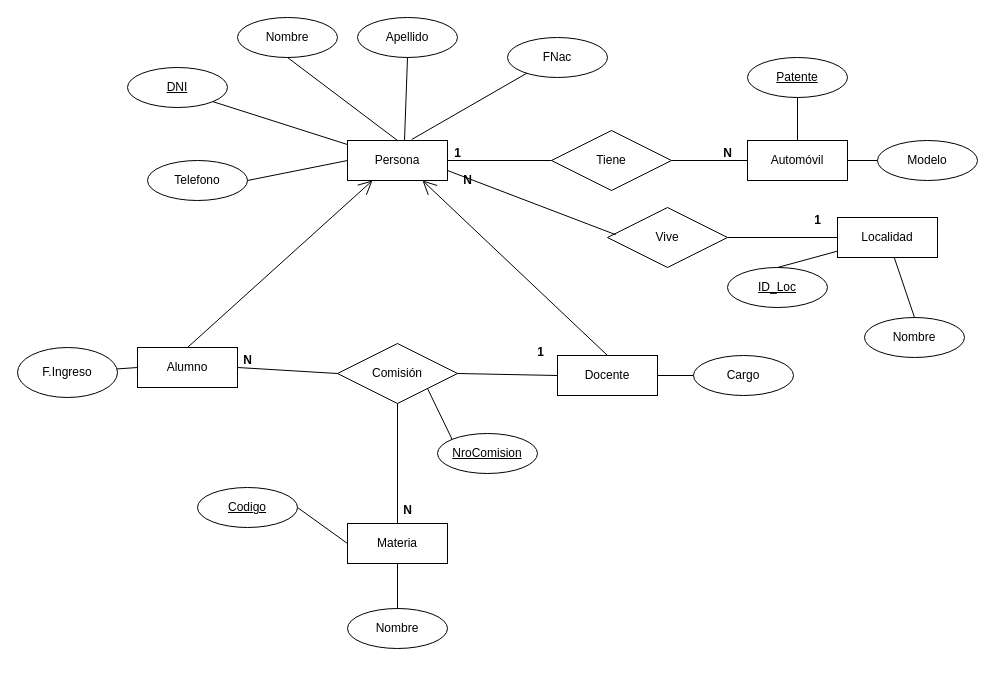
This is modelado/DER.drawio from FedeManzano/Tp_Base_Datos_Aplicada, a draw.io file, before an edit. Source tidied: cells renumbered, new cells numbered last; positions are measured from the earlier drawing's top-left corner, leaving out a move shared by most shapes. Both pictures are drawn from the tidied source at 100%, with x=0, y=0 at pixel (17, 17).
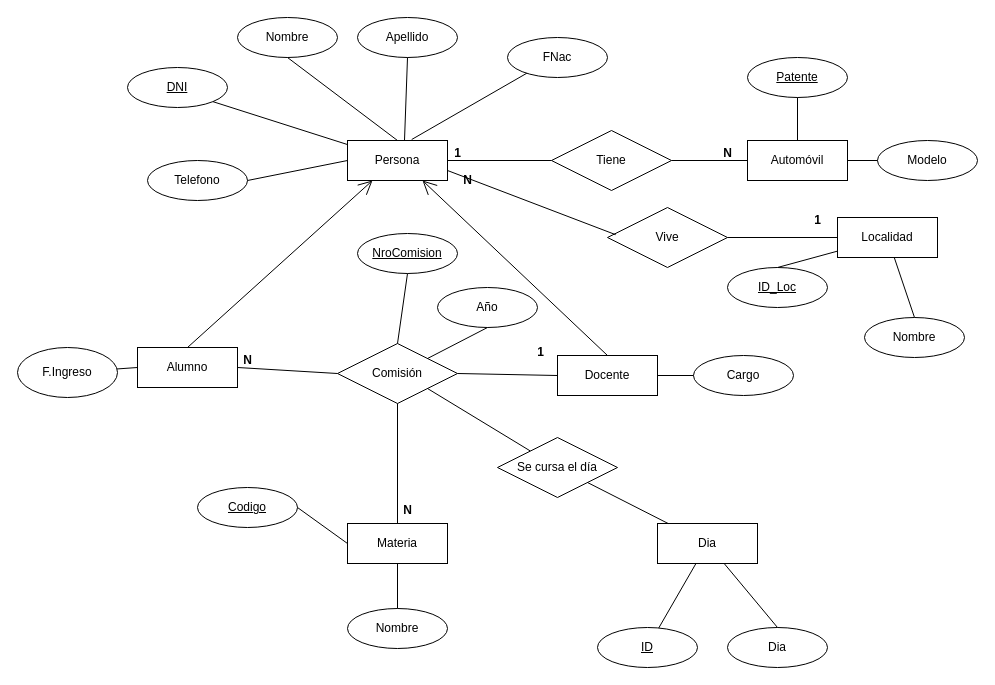
Above is the later version.

The change refers to these unchanged cells:
```xml
<mxCell id="6" value="Comisión" style="shape=rhombus;perimeter=rhombusPerimeter;whiteSpace=wrap;html=1;align=center;" parent="1" vertex="1">
  <mxGeometry x="320" y="326" width="120" height="60" as="geometry" />
</mxCell>
```

The edit, as a diff of the source:
```diff
@@
     <mxCell id="38" value="NroComision" style="ellipse;whiteSpace=wrap;html=1;align=center;fontStyle=4;" parent="1" vertex="1">
-      <mxGeometry x="420" y="416" width="100" height="40" as="geometry" />
+      <mxGeometry x="340" y="216" width="100" height="40" as="geometry" />
     </mxCell>
-    <mxCell id="39" style="endArrow=none;html=1;rounded=0;exitX=1;exitY=1;exitDx=0;exitDy=0;entryX=0;entryY=0;entryDx=0;entryDy=0;" parent="1" edge="1" source="6" target="38">
+    <mxCell id="39" style="endArrow=none;html=1;rounded=0;exitX=0.5;exitY=0;exitDx=0;exitDy=0;entryX=0.5;entryY=1;entryDx=0;entryDy=0;" parent="1" edge="1" source="6" target="38">
       <mxGeometry relative="1" as="geometry" />
     </mxCell>
@@
+    <mxCell id="55" value="Dia" style="whiteSpace=wrap;html=1;align=center;" parent="1" vertex="1">
+      <mxGeometry x="640" y="506" width="100" height="40" as="geometry" />
+    </mxCell>
+    <mxCell id="56" style="endArrow=none;html=1;rounded=0;exitX=1;exitY=1;exitDx=0;exitDy=0;" parent="1" edge="1" source="58" target="55">
+      <mxGeometry relative="1" as="geometry" />
+    </mxCell>
+    <mxCell id="57" style="endArrow=none;html=1;rounded=0;exitX=1;exitY=1;exitDx=0;exitDy=0;" parent="1" edge="1" source="6" target="58">
+      <mxGeometry relative="1" as="geometry" />
+    </mxCell>
+    <mxCell id="58" value="Se cursa el día" style="shape=rhombus;perimeter=rhombusPerimeter;whiteSpace=wrap;html=1;align=center;" parent="1" vertex="1">
+      <mxGeometry x="480" y="420" width="120" height="60" as="geometry" />
+    </mxCell>
+    <mxCell id="59" style="endArrow=none;html=1;rounded=0;" parent="1" edge="1" source="55" target="60">
+      <mxGeometry relative="1" as="geometry" />
+    </mxCell>
+    <mxCell id="60" value="ID" style="ellipse;whiteSpace=wrap;html=1;align=center;fontStyle=4;" parent="1" vertex="1">
+      <mxGeometry x="580" y="610" width="100" height="40" as="geometry" />
+    </mxCell>
+    <mxCell id="61" value="Dia" style="ellipse;whiteSpace=wrap;html=1;align=center;" parent="1" vertex="1">
+      <mxGeometry x="710" y="610" width="100" height="40" as="geometry" />
+    </mxCell>
+    <mxCell id="62" style="endArrow=none;html=1;rounded=0;entryX=0.5;entryY=0;entryDx=0;entryDy=0;" parent="1" edge="1" source="55" target="61">
+      <mxGeometry relative="1" as="geometry" />
+    </mxCell>
+    <mxCell id="63" value="Año" style="ellipse;whiteSpace=wrap;html=1;align=center;" parent="1" vertex="1">
+      <mxGeometry x="420" y="270" width="100" height="40" as="geometry" />
+    </mxCell>
+    <mxCell id="64" style="endArrow=none;html=1;rounded=0;exitX=0.5;exitY=1;exitDx=0;exitDy=0;entryX=1;entryY=0;entryDx=0;entryDy=0;" parent="1" edge="1" source="63" target="6">
+      <mxGeometry relative="1" as="geometry" />
+    </mxCell>
```
